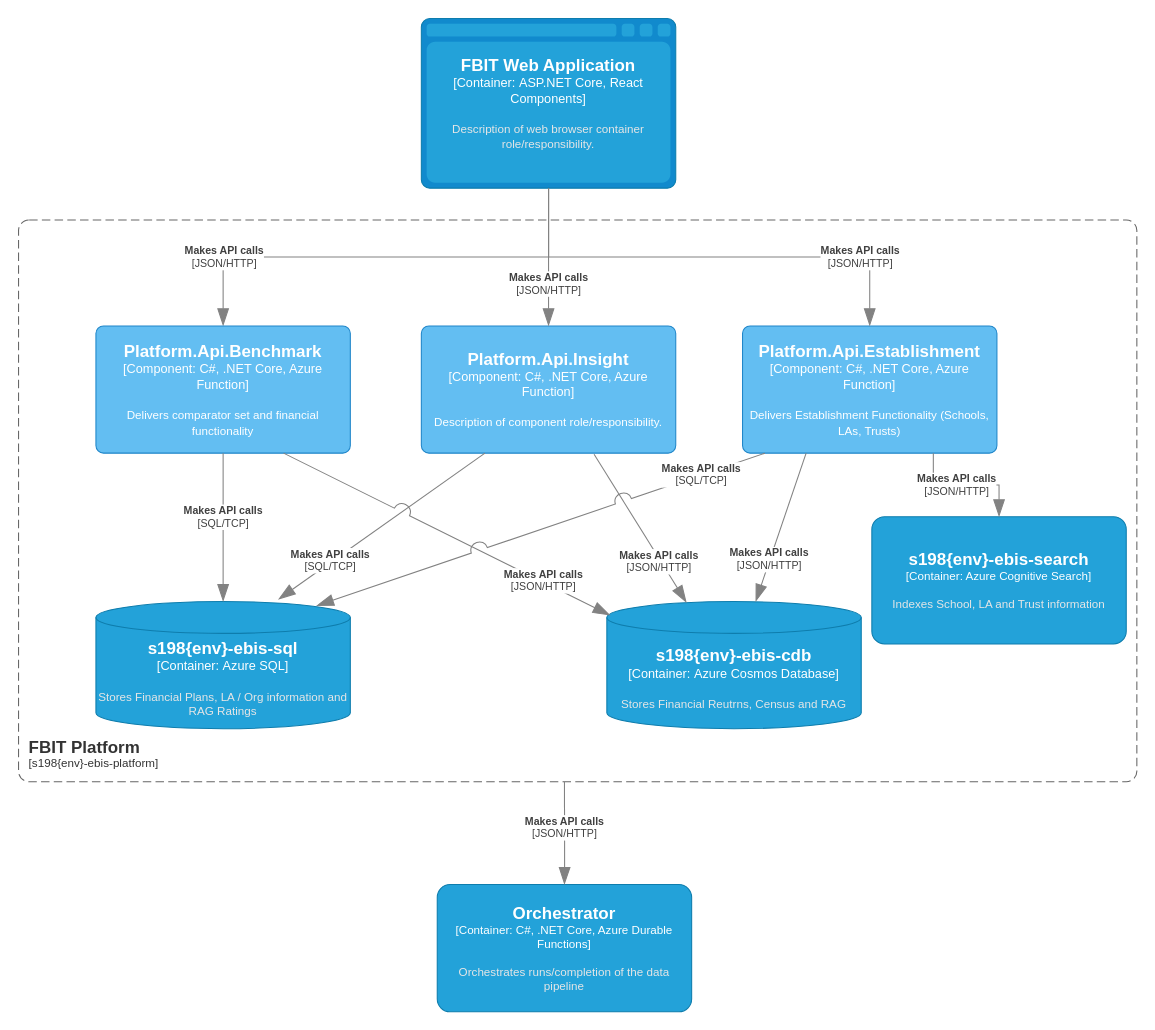
DFE-Digital/education-benchmarking-and-insights keeps this draw.io diagram as page "Component View - API" (4 of 10) of documentation/architecture/FBIT-Diagrams.drawio. Above is the earlier version. Source tidied: cells renumbered, new cells numbered last; positions are measured from the earlier drawing's top-left corner, leaving out a move shared by most shapes. Both pictures are drawn from the tidied source at 106%, with x=0, y=0 at pixel (18, 18).
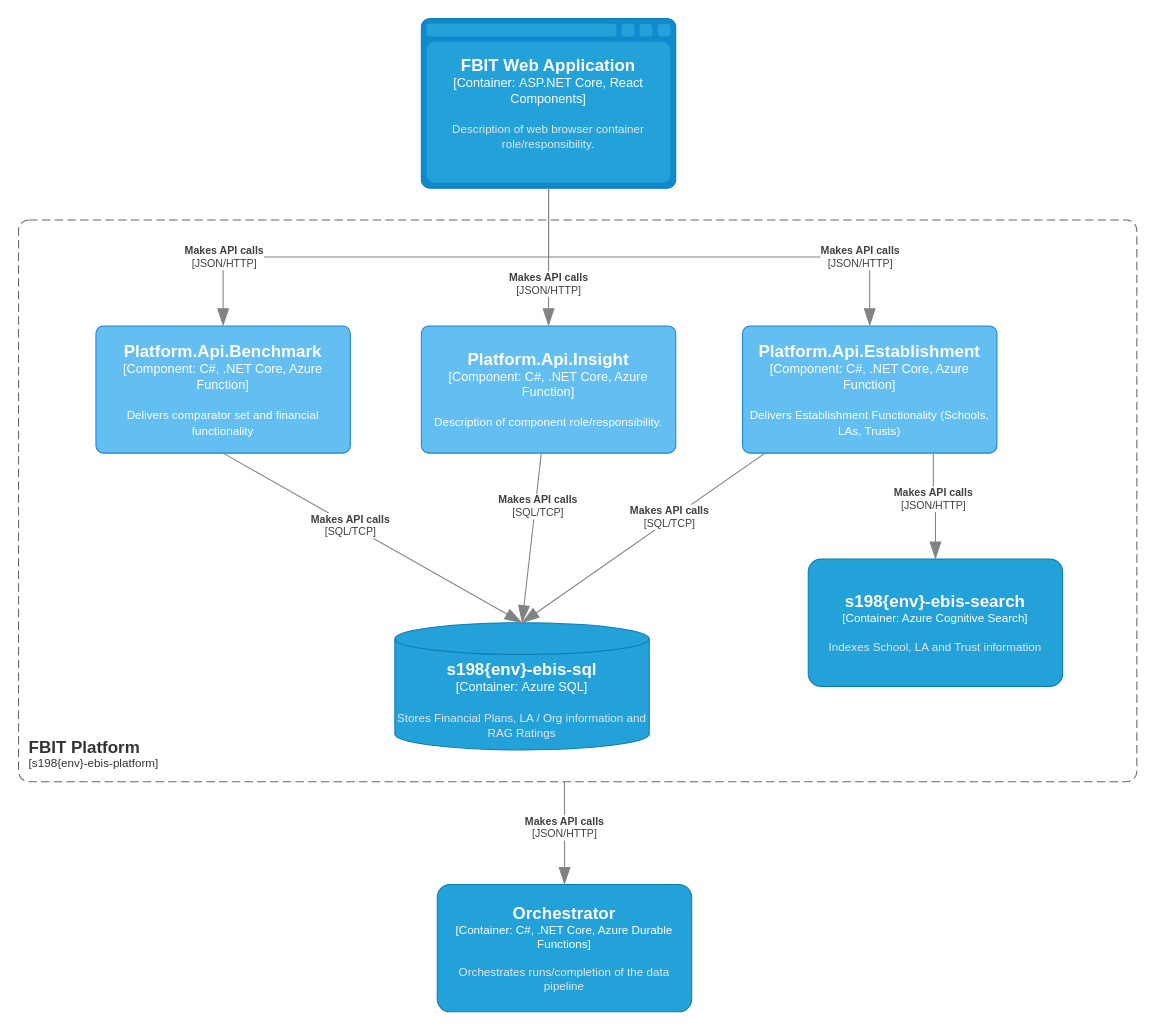
The same diagram, later.

The change refers to these unchanged cells:
```xml
<object id="5" label="&lt;font style=&quot;font-size: 16px&quot;&gt;&lt;b&gt;%c4Name%&lt;/b&gt;&lt;/font&gt;&lt;div&gt;[%c4Type%: %c4Technology%]&lt;/div&gt;&lt;br&gt;&lt;div&gt;&lt;font style=&quot;font-size: 11px&quot;&gt;%c4Description%&lt;/font&gt;&lt;/div&gt;" c4Description="Delivers comparator set and financial functionality" c4Name="Platform.Api.Benchmark" c4Technology="C#, .NET Core, Azure Function" c4Type="Component" placeholders="1">
  <mxCell style="rounded=1;whiteSpace=wrap;html=1;labelBackgroundColor=none;fillColor=#63BEF2;fontColor=#ffffff;align=center;arcSize=6;strokeColor=#2086C9;points=[[0.25,0,0],[0.5,0,0],[0.75,0,0],[1,0.25,0],[1,0.5,0],[1,0.75,0],[0.75,1,0],[0.5,1,0],[0.25,1,0],[0,0.75,0],[0,0.5,0],[0,0.25,0]];" parent="1" vertex="1">
    <mxGeometry x="73" y="290" width="240" height="120" as="geometry" />
  </mxCell>
</object>
<object id="6" label="&lt;font style=&quot;font-size: 16px&quot;&gt;&lt;b&gt;%c4Name%&lt;/b&gt;&lt;/font&gt;&lt;div&gt;[%c4Type%: %c4Technology%]&lt;/div&gt;&lt;br&gt;&lt;div&gt;&lt;font style=&quot;font-size: 11px&quot;&gt;%c4Description%&lt;/font&gt;&lt;/div&gt;" c4Description="Delivers Establishment Functionality (Schools, LAs, Trusts)" c4Name="Platform.Api.Establishment" c4Technology="C#, .NET Core, Azure Function" c4Type="Component" placeholders="1">
  <mxCell style="rounded=1;whiteSpace=wrap;html=1;labelBackgroundColor=none;fillColor=#63BEF2;fontColor=#ffffff;align=center;arcSize=6;strokeColor=#2086C9;points=[[0.25,0,0],[0.5,0,0],[0.75,0,0],[1,0.25,0],[1,0.5,0],[1,0.75,0],[0.75,1,0],[0.5,1,0],[0.25,1,0],[0,0.75,0],[0,0.5,0],[0,0.25,0]];" parent="1" vertex="1">
    <mxGeometry x="683" y="290" width="240" height="120" as="geometry" />
  </mxCell>
</object>
<object id="7" label="&lt;font style=&quot;font-size: 16px&quot;&gt;&lt;b&gt;%c4Name%&lt;/b&gt;&lt;/font&gt;&lt;div&gt;[%c4Type%: %c4Technology%]&lt;/div&gt;&lt;br&gt;&lt;div&gt;&lt;font style=&quot;font-size: 11px&quot;&gt;%c4Description%&lt;/font&gt;&lt;/div&gt;" c4Description="Description of component role/responsibility." c4Name="Platform.Api.Insight" c4Technology="C#, .NET Core, Azure Function" c4Type="Component" placeholders="1">
  <mxCell style="rounded=1;whiteSpace=wrap;html=1;labelBackgroundColor=none;fillColor=#63BEF2;fontColor=#ffffff;align=center;arcSize=6;strokeColor=#2086C9;points=[[0.25,0,0],[0.5,0,0],[0.75,0,0],[1,0.25,0],[1,0.5,0],[1,0.75,0],[0.75,1,0],[0.5,1,0],[0.25,1,0],[0,0.75,0],[0,0.5,0],[0,0.25,0]];" parent="1" vertex="1">
    <mxGeometry x="380" y="290" width="240" height="120" as="geometry" />
  </mxCell>
</object>
```

Change to the diagram source:
```diff
@@
     <object id="10" label="&lt;font style=&quot;font-size: 16px&quot;&gt;&lt;b&gt;%c4Name%&lt;/b&gt;&lt;/font&gt;&lt;div&gt;[%c4Type%: %c4Technology%]&lt;/div&gt;&lt;br&gt;&lt;div&gt;&lt;font style=&quot;font-size: 11px&quot;&gt;&lt;font color=&quot;#E6E6E6&quot;&gt;%c4Description%&lt;/font&gt;&lt;/div&gt;" c4Description="Indexes School, LA and Trust information" c4Name="s198{env}-ebis-search" c4Technology="Azure Cognitive Search" c4Type="Container" placeholders="1">
       <mxCell style="rounded=1;whiteSpace=wrap;html=1;fontSize=11;labelBackgroundColor=none;fillColor=#23A2D9;fontColor=#ffffff;align=center;arcSize=10;strokeColor=#0E7DAD;points=[[0.25,0,0],[0.5,0,0],[0.75,0,0],[1,0.25,0],[1,0.5,0],[1,0.75,0],[0.75,1,0],[0.5,1,0],[0.25,1,0],[0,0.75,0],[0,0.5,0],[0,0.25,0]];" parent="1" vertex="1">
-        <mxGeometry x="805" y="470" width="240" height="120" as="geometry" />
+        <mxGeometry x="745" y="510" width="240" height="120" as="geometry" />
       </mxCell>
     </object>
@@
     <object id="12" label="&lt;font style=&quot;font-size: 16px&quot;&gt;&lt;b&gt;%c4Name%&lt;/b&gt;&lt;/font&gt;&lt;div&gt;[%c4Type%:&amp;nbsp;%c4Technology%]&lt;/div&gt;&lt;br&gt;&lt;div&gt;&lt;font style=&quot;font-size: 11px&quot;&gt;&lt;font color=&quot;#E6E6E6&quot;&gt;%c4Description%&lt;/font&gt;&lt;/div&gt;" c4Description="Stores Financial Plans, LA / Org information and RAG Ratings" c4Name="s198{env}-ebis-sql" c4Technology="Azure SQL" c4Type="Container" placeholders="1">
       <mxCell style="shape=cylinder3;size=15;whiteSpace=wrap;html=1;boundedLbl=1;rounded=0;labelBackgroundColor=none;fillColor=#23A2D9;fontSize=12;fontColor=#ffffff;align=center;strokeColor=#0E7DAD;points=[[0.5,0,0],[1,0.25,0],[1,0.5,0],[1,0.75,0],[0.5,1,0],[0,0.75,0],[0,0.5,0],[0,0.25,0]];" parent="1" vertex="1">
-        <mxGeometry x="73" y="550" width="240" height="120" as="geometry" />
+        <mxGeometry x="355" y="570" width="240" height="120" as="geometry" />
       </mxCell>
     </object>
-    <object id="13" label="&lt;font style=&quot;font-size: 16px&quot;&gt;&lt;b&gt;%c4Name%&lt;/b&gt;&lt;/font&gt;&lt;div&gt;[%c4Type%:&amp;nbsp;%c4Technology%]&lt;/div&gt;&lt;br&gt;&lt;div&gt;&lt;font style=&quot;font-size: 11px&quot;&gt;&lt;font color=&quot;#E6E6E6&quot;&gt;%c4Description%&lt;/font&gt;&lt;/div&gt;" c4Description="Stores Financial Reutrns, Census and RAG" c4Name="s198{env}-ebis-cdb" c4Technology="Azure Cosmos Database" c4Type="Container" placeholders="1">
-      <mxCell style="shape=cylinder3;size=15;whiteSpace=wrap;html=1;boundedLbl=1;rounded=0;labelBackgroundColor=none;fillColor=#23A2D9;fontSize=12;fontColor=#ffffff;align=center;strokeColor=#0E7DAD;points=[[0.5,0,0],[1,0.25,0],[1,0.5,0],[1,0.75,0],[0.5,1,0],[0,0.75,0],[0,0.5,0],[0,0.25,0]];" parent="1" vertex="1">
-        <mxGeometry x="555" y="550" width="240" height="120" as="geometry" />
-      </mxCell>
-    </object>
     <object id="14" label="&lt;div style=&quot;text-align: left&quot;&gt;&lt;div style=&quot;text-align: center&quot;&gt;&lt;b&gt;%c4Description%&lt;/b&gt;&lt;/div&gt;&lt;div style=&quot;text-align: center&quot;&gt;[%c4Technology%]&lt;/div&gt;&lt;/div&gt;" c4Description="Makes API calls" c4Technology="SQL/TCP" placeholders="1">
-      <mxCell style="endArrow=blockThin;html=1;fontSize=10;fontColor=#404040;strokeWidth=1;endFill=1;strokeColor=#828282;elbow=vertical;endSize=14;startSize=14;jumpStyle=arc;jumpSize=16;rounded=0;edgeStyle=orthogonalEdgeStyle;exitX=0.5;exitY=1;exitDx=0;exitDy=0;exitPerimeter=0;entryX=0.5;entryY=0;entryDx=0;entryDy=0;entryPerimeter=0;" parent="1" edge="1" source="5" target="12">
+      <mxCell style="endArrow=blockThin;html=1;fontSize=10;fontColor=#404040;strokeWidth=1;endFill=1;strokeColor=#828282;elbow=vertical;endSize=14;startSize=14;jumpStyle=arc;jumpSize=16;rounded=0;exitX=0.5;exitY=1;exitDx=0;exitDy=0;exitPerimeter=0;entryX=0.5;entryY=0;entryDx=0;entryDy=0;entryPerimeter=0;" parent="1" edge="1" source="5" target="12">
         <mxGeometry x="-0.15" relative="1" as="geometry" />
       </mxCell>
     </object>
-    <object id="15" label="&lt;div style=&quot;text-align: left&quot;&gt;&lt;div style=&quot;text-align: center&quot;&gt;&lt;b&gt;%c4Description%&lt;/b&gt;&lt;/div&gt;&lt;div style=&quot;text-align: center&quot;&gt;[%c4Technology%]&lt;/div&gt;&lt;/div&gt;" c4Description="Makes API calls" c4Technology="JSON/HTTP" placeholders="1">
-      <mxCell style="endArrow=blockThin;html=1;fontSize=10;fontColor=#404040;strokeWidth=1;endFill=1;strokeColor=#828282;elbow=vertical;endSize=14;startSize=14;jumpStyle=arc;jumpSize=16;rounded=0;exitX=0.679;exitY=1.008;exitDx=0;exitDy=0;exitPerimeter=0;entryX=0.313;entryY=0.008;entryDx=0;entryDy=0;entryPerimeter=0;" parent="1" edge="1" source="7" target="13">
-        <mxGeometry x="0.43" y="-1" relative="1" as="geometry" />
-      </mxCell>
-    </object>
     <object id="16" label="&lt;div style=&quot;text-align: left&quot;&gt;&lt;div style=&quot;text-align: center&quot;&gt;&lt;b&gt;%c4Description%&lt;/b&gt;&lt;/div&gt;&lt;div style=&quot;text-align: center&quot;&gt;[%c4Technology%]&lt;/div&gt;&lt;/div&gt;" c4Description="Makes API calls" c4Technology="SQL/TCP" placeholders="1">
-      <mxCell style="endArrow=blockThin;html=1;fontSize=10;fontColor=#404040;strokeWidth=1;endFill=1;strokeColor=#828282;elbow=vertical;endSize=14;startSize=14;jumpStyle=arc;jumpSize=16;rounded=0;exitX=0.25;exitY=1;exitDx=0;exitDy=0;exitPerimeter=0;entryX=0.717;entryY=-0.017;entryDx=0;entryDy=0;entryPerimeter=0;" parent="1" edge="1" source="7" target="12">
-        <mxGeometry x="0.48" y="-2" relative="1" as="geometry" />
+      <mxCell style="endArrow=blockThin;html=1;fontSize=10;fontColor=#404040;strokeWidth=1;endFill=1;strokeColor=#828282;elbow=vertical;endSize=14;startSize=14;jumpStyle=arc;jumpSize=16;rounded=0;entryX=0.5;entryY=0;entryDx=0;entryDy=0;entryPerimeter=0;" parent="1" edge="1" source="7" target="12">
+        <mxGeometry x="-0.38" y="2" relative="1" as="geometry" />
       </mxCell>
     </object>
-    <object id="17" label="&lt;div style=&quot;text-align: left&quot;&gt;&lt;div style=&quot;text-align: center&quot;&gt;&lt;b&gt;%c4Description%&lt;/b&gt;&lt;/div&gt;&lt;div style=&quot;text-align: center&quot;&gt;[%c4Technology%]&lt;/div&gt;&lt;/div&gt;" c4Description="Makes API calls" c4Technology="JSON/HTTP" placeholders="1">
-      <mxCell style="endArrow=blockThin;html=1;fontSize=10;fontColor=#404040;strokeWidth=1;endFill=1;strokeColor=#828282;elbow=vertical;endSize=14;startSize=14;jumpStyle=arc;jumpSize=16;rounded=0;entryX=0.013;entryY=0.108;entryDx=0;entryDy=0;entryPerimeter=0;" parent="1" edge="1" target="13">
-        <mxGeometry x="0.59" y="1" relative="1" as="geometry">
-          <mxPoint x="250" y="410" as="sourcePoint" />
-        </mxGeometry>
-      </mxCell>
-    </object>
     <object id="18" label="&lt;div style=&quot;text-align: left&quot;&gt;&lt;div style=&quot;text-align: center&quot;&gt;&lt;b&gt;%c4Description%&lt;/b&gt;&lt;/div&gt;&lt;div style=&quot;text-align: center&quot;&gt;[%c4Technology%]&lt;/div&gt;&lt;/div&gt;" c4Description="Makes API calls" c4Technology="SQL/TCP" placeholders="1">
-      <mxCell style="endArrow=blockThin;html=1;fontSize=10;fontColor=#404040;strokeWidth=1;endFill=1;strokeColor=#828282;elbow=vertical;endSize=14;startSize=14;jumpStyle=arc;jumpSize=16;rounded=0;exitX=0.088;exitY=1;exitDx=0;exitDy=0;exitPerimeter=0;entryX=0.867;entryY=0.033;entryDx=0;entryDy=0;entryPerimeter=0;" parent="1" edge="1" source="6" target="12">
-        <mxGeometry x="-0.72" relative="1" as="geometry" />
+      <mxCell style="endArrow=blockThin;html=1;fontSize=10;fontColor=#404040;strokeWidth=1;endFill=1;strokeColor=#828282;elbow=vertical;endSize=14;startSize=14;jumpStyle=arc;jumpSize=16;rounded=0;exitX=0.088;exitY=1;exitDx=0;exitDy=0;exitPerimeter=0;entryX=0.5;entryY=0;entryDx=0;entryDy=0;entryPerimeter=0;" parent="1" edge="1" source="6" target="12">
+        <mxGeometry x="-0.23" y="-2" relative="1" as="geometry" />
       </mxCell>
     </object>
-    <object id="19" label="&lt;div style=&quot;text-align: left&quot;&gt;&lt;div style=&quot;text-align: center&quot;&gt;&lt;b&gt;%c4Description%&lt;/b&gt;&lt;/div&gt;&lt;div style=&quot;text-align: center&quot;&gt;[%c4Technology%]&lt;/div&gt;&lt;/div&gt;" c4Description="Makes API calls" c4Technology="JSON/HTTP" placeholders="1">
-      <mxCell style="endArrow=blockThin;html=1;fontSize=10;fontColor=#404040;strokeWidth=1;endFill=1;strokeColor=#828282;elbow=vertical;endSize=14;startSize=14;jumpStyle=arc;jumpSize=16;rounded=0;exitX=0.25;exitY=1;exitDx=0;exitDy=0;exitPerimeter=0;" parent="1" edge="1" source="6" target="13">
-        <mxGeometry x="0.43" y="-1" relative="1" as="geometry" />
-      </mxCell>
-    </object>
```
